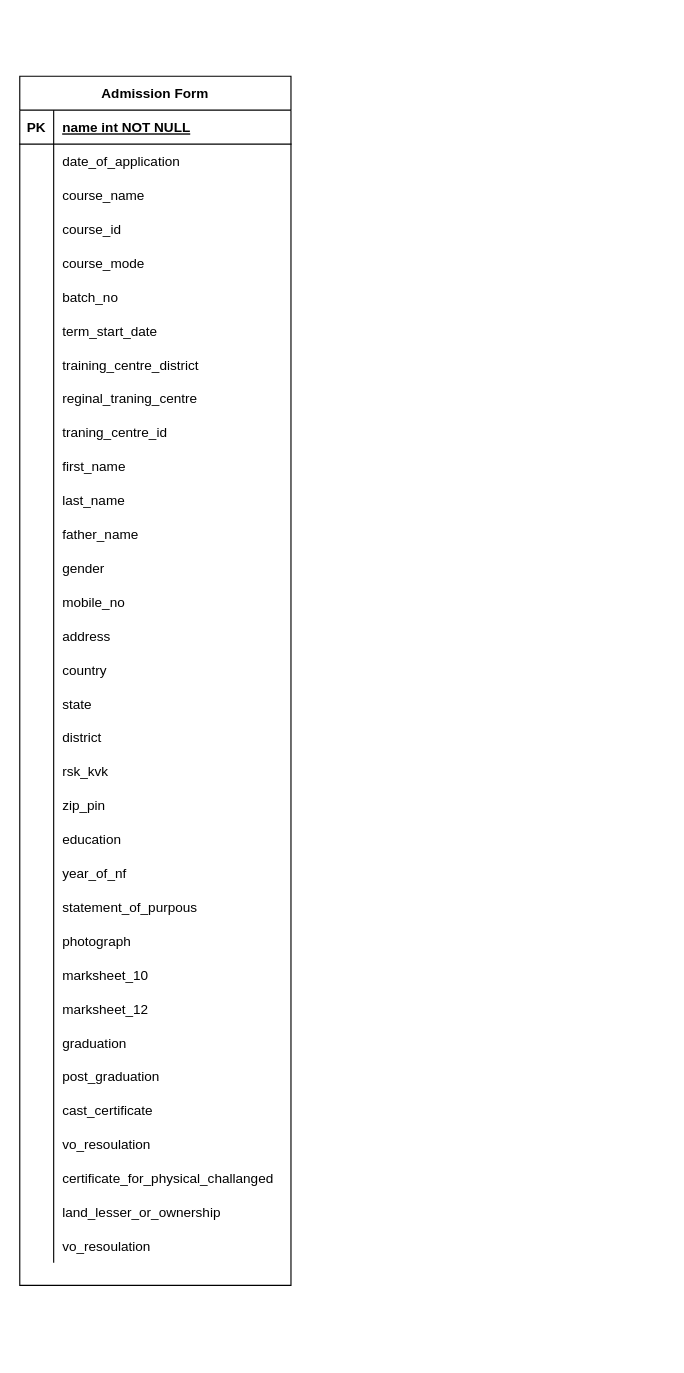
Earlier version of the draw.io diagram Ryss_lms_register.drawio (abhirock74/draw.io). Source tidied: cells renumbered, new cells numbered last; positions are measured from the earlier drawing's top-left corner, leaving out a move shared by most shapes. Both pictures are drawn from the tidied source at 113%, with x=0, y=0 at pixel (19, 76).
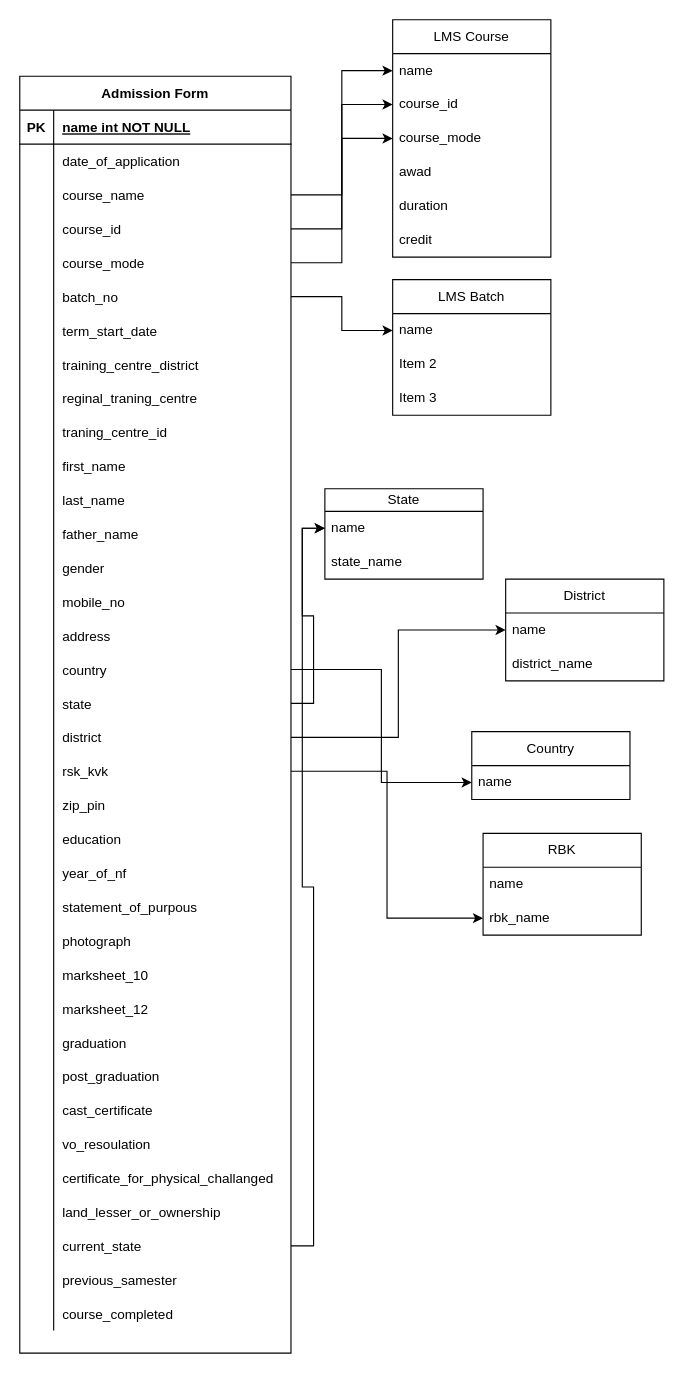
After the change.

Unchanged cells that the change refers to:
```xml
<mxCell id="9" style="shape=partialRectangle;fillColor=none;points=[[0,0.5],[1,0.5]];portConstraint=eastwest;top=0;left=0;right=0;bottom=0;" parent="2" vertex="1">
  <mxGeometry y="90" width="240" height="30" as="geometry" />
</mxCell>
<mxCell id="12" style="shape=partialRectangle;fillColor=none;points=[[0,0.5],[1,0.5]];portConstraint=eastwest;top=0;left=0;right=0;bottom=0;" parent="2" vertex="1">
  <mxGeometry y="120" width="240" height="30" as="geometry" />
</mxCell>
<mxCell id="15" style="shape=partialRectangle;fillColor=none;points=[[0,0.5],[1,0.5]];portConstraint=eastwest;top=0;left=0;right=0;bottom=0;" parent="2" vertex="1">
  <mxGeometry y="150" width="240" height="30" as="geometry" />
</mxCell>
<mxCell id="18" style="shape=partialRectangle;fillColor=none;points=[[0,0.5],[1,0.5]];portConstraint=eastwest;top=0;left=0;right=0;bottom=0;" parent="2" vertex="1">
  <mxGeometry y="180" width="240" height="30" as="geometry" />
</mxCell>
<mxCell id="51" style="shape=partialRectangle;fillColor=none;points=[[0,0.5],[1,0.5]];portConstraint=eastwest;top=0;left=0;right=0;bottom=0;" parent="2" vertex="1">
  <mxGeometry y="510" width="240" height="30" as="geometry" />
</mxCell>
<mxCell id="54" style="shape=partialRectangle;fillColor=none;points=[[0,0.5],[1,0.5]];portConstraint=eastwest;top=0;left=0;right=0;bottom=0;" parent="2" vertex="1">
  <mxGeometry y="540" width="240" height="30" as="geometry" />
</mxCell>
<mxCell id="57" style="shape=partialRectangle;fillColor=none;points=[[0,0.5],[1,0.5]];portConstraint=eastwest;top=0;left=0;right=0;bottom=0;" parent="2" vertex="1">
  <mxGeometry y="570" width="240" height="30" as="geometry" />
</mxCell>
<mxCell id="60" style="shape=partialRectangle;fillColor=none;points=[[0,0.5],[1,0.5]];portConstraint=eastwest;top=0;left=0;right=0;bottom=0;" parent="2" vertex="1">
  <mxGeometry y="600" width="240" height="30" as="geometry" />
</mxCell>
<mxCell id="102" style="shape=partialRectangle;fillColor=none;points=[[0,0.5],[1,0.5]];portConstraint=eastwest;top=0;left=0;right=0;bottom=0;" parent="2" vertex="1">
  <mxGeometry y="1020" width="240" height="30" as="geometry" />
</mxCell>
```

What changed in the source:
```diff
@@
     <mxCell id="2" value="Admission Form" style="shape=table;startSize=30;childLayout=tableLayout;rowLines=0;fontStyle=1;align=center;" parent="1" vertex="1">
-      <mxGeometry width="240" height="1070" as="geometry" />
+      <mxGeometry width="240" height="1130" as="geometry" />
     </mxCell>
@@
-    <mxCell id="104" value="vo_resoulation" style="shape=partialRectangle;overflow=hidden;fillColor=none;top=0;left=0;bottom=0;right=0;align=left;spacingLeft=6;" parent="102" vertex="1">
+    <mxCell id="104" value="current_state" style="shape=partialRectangle;overflow=hidden;fillColor=none;top=0;left=0;bottom=0;right=0;align=left;spacingLeft=6;" parent="102" vertex="1">
       <mxGeometry x="30" width="210" height="30" as="geometry" />
     </mxCell>
+    <mxCell id="105" style="shape=partialRectangle;fillColor=none;top=0;left=0;right=0;bottom=0;" parent="2" vertex="1">
+      <mxGeometry y="1050" width="240" height="30" as="geometry" />
+    </mxCell>
+    <mxCell id="106" style="shape=partialRectangle;overflow=hidden;fillColor=none;top=0;left=0;bottom=0;right=0;" parent="105" vertex="1">
+      <mxGeometry width="30" height="30" as="geometry" />
+    </mxCell>
+    <mxCell id="107" value="previous_samester" style="shape=partialRectangle;overflow=hidden;fillColor=none;top=0;left=0;bottom=0;right=0;align=left;spacingLeft=6;" parent="105" vertex="1">
+      <mxGeometry x="30" width="210" height="30" as="geometry" />
+    </mxCell>
+    <mxCell id="108" style="shape=partialRectangle;fillColor=none;top=0;left=0;right=0;bottom=0;" parent="2" vertex="1">
+      <mxGeometry y="1080" width="240" height="30" as="geometry" />
+    </mxCell>
+    <mxCell id="109" style="shape=partialRectangle;overflow=hidden;fillColor=none;top=0;left=0;bottom=0;right=0;" parent="108" vertex="1">
+      <mxGeometry width="30" height="30" as="geometry" />
+    </mxCell>
+    <mxCell id="110" value="course_completed" style="shape=partialRectangle;overflow=hidden;fillColor=none;top=0;left=0;bottom=0;right=0;align=left;spacingLeft=6;" parent="108" vertex="1">
+      <mxGeometry x="30" width="210" height="30" as="geometry" />
+    </mxCell>
+    <mxCell id="111" value="LMS Course" style="swimlane;fontStyle=0;horizontal=1;startSize=30;whiteSpace=wrap;html=1;" parent="1" vertex="1">
+      <mxGeometry x="330" y="-50" width="140" height="210" as="geometry" />
+    </mxCell>
+    <mxCell id="112" value="name" style="text;strokeColor=none;fillColor=none;align=left;verticalAlign=middle;spacingLeft=4;spacingRight=4;overflow=hidden;points=[[0,0.5],[1,0.5]];portConstraint=eastwest;whiteSpace=wrap;html=1;" parent="111" vertex="1">
+      <mxGeometry y="30" width="140" height="30" as="geometry" />
+    </mxCell>
+    <mxCell id="113" value="course_id" style="text;strokeColor=none;fillColor=none;align=left;verticalAlign=middle;spacingLeft=4;spacingRight=4;overflow=hidden;points=[[0,0.5],[1,0.5]];portConstraint=eastwest;whiteSpace=wrap;html=1;" parent="111" vertex="1">
+      <mxGeometry y="60" width="140" height="30" as="geometry" />
+    </mxCell>
+    <mxCell id="114" value="course_mode" style="text;strokeColor=none;fillColor=none;align=left;verticalAlign=middle;spacingLeft=4;spacingRight=4;overflow=hidden;points=[[0,0.5],[1,0.5]];portConstraint=eastwest;whiteSpace=wrap;html=1;" parent="111" vertex="1">
+      <mxGeometry y="90" width="140" height="30" as="geometry" />
+    </mxCell>
+    <mxCell id="115" value="awad" style="text;strokeColor=none;fillColor=none;align=left;verticalAlign=middle;spacingLeft=4;spacingRight=4;overflow=hidden;whiteSpace=wrap;html=1;" parent="111" vertex="1">
+      <mxGeometry y="120" width="140" height="30" as="geometry" />
+    </mxCell>
+    <mxCell id="116" value="duration" style="text;strokeColor=none;fillColor=none;align=left;verticalAlign=middle;spacingLeft=4;spacingRight=4;overflow=hidden;whiteSpace=wrap;html=1;" parent="111" vertex="1">
+      <mxGeometry y="150" width="140" height="30" as="geometry" />
+    </mxCell>
+    <mxCell id="117" value="credit" style="text;strokeColor=none;fillColor=none;align=left;verticalAlign=middle;spacingLeft=4;spacingRight=4;overflow=hidden;whiteSpace=wrap;html=1;" parent="111" vertex="1">
+      <mxGeometry y="180" width="140" height="30" as="geometry" />
+    </mxCell>
+    <mxCell id="118" style="edgeStyle=orthogonalEdgeStyle;rounded=0;jettySize=auto;html=1;entryX=0;entryY=0.5;entryDx=0;entryDy=0;" parent="1" edge="1" source="9" target="112">
+      <mxGeometry relative="1" as="geometry" />
+    </mxCell>
+    <mxCell id="119" value="State" style="swimlane;fontStyle=0;horizontal=1;startSize=20;whiteSpace=wrap;html=1;" parent="1" vertex="1">
+      <mxGeometry x="270" y="365" width="140" height="80" as="geometry" />
+    </mxCell>
+    <mxCell id="120" value="name" style="text;strokeColor=none;fillColor=none;align=left;verticalAlign=middle;spacingLeft=4;spacingRight=4;overflow=hidden;points=[[0,0.5],[1,0.5]];portConstraint=eastwest;whiteSpace=wrap;html=1;" parent="119" vertex="1">
+      <mxGeometry y="20" width="140" height="30" as="geometry" />
+    </mxCell>
+    <mxCell id="121" value="state_name" style="text;strokeColor=none;fillColor=none;align=left;verticalAlign=middle;spacingLeft=4;spacingRight=4;overflow=hidden;whiteSpace=wrap;html=1;" parent="119" vertex="1">
+      <mxGeometry y="50" width="140" height="30" as="geometry" />
+    </mxCell>
+    <mxCell id="122" style="edgeStyle=orthogonalEdgeStyle;rounded=0;jettySize=auto;html=1;exitX=1;exitY=0.5;exitDx=0;exitDy=0;entryX=0;entryY=0.5;entryDx=0;entryDy=0;" parent="1" edge="1" source="54" target="120">
+      <mxGeometry relative="1" as="geometry" />
+    </mxCell>
+    <mxCell id="123" value="District" style="swimlane;fontStyle=0;horizontal=1;startSize=30;whiteSpace=wrap;html=1;" parent="1" vertex="1">
+      <mxGeometry x="430" y="445" width="140" height="90" as="geometry" />
+    </mxCell>
+    <mxCell id="124" value="name" style="text;strokeColor=none;fillColor=none;align=left;verticalAlign=middle;spacingLeft=4;spacingRight=4;overflow=hidden;points=[[0,0.5],[1,0.5]];portConstraint=eastwest;whiteSpace=wrap;html=1;" parent="123" vertex="1">
+      <mxGeometry y="30" width="140" height="30" as="geometry" />
+    </mxCell>
+    <mxCell id="125" value="district_name" style="text;strokeColor=none;fillColor=none;align=left;verticalAlign=middle;spacingLeft=4;spacingRight=4;overflow=hidden;whiteSpace=wrap;html=1;" parent="123" vertex="1">
+      <mxGeometry y="60" width="140" height="30" as="geometry" />
+    </mxCell>
+    <mxCell id="126" style="edgeStyle=orthogonalEdgeStyle;rounded=0;jettySize=auto;html=1;exitX=1;exitY=0.5;exitDx=0;exitDy=0;entryX=0;entryY=0.5;entryDx=0;entryDy=0;" parent="1" edge="1" source="57" target="124">
+      <mxGeometry relative="1" as="geometry" />
+    </mxCell>
+    <mxCell id="127" style="edgeStyle=orthogonalEdgeStyle;rounded=0;jettySize=auto;html=1;entryX=0;entryY=0.5;entryDx=0;entryDy=0;" parent="1" edge="1" source="102" target="120">
+      <mxGeometry relative="1" as="geometry" />
+    </mxCell>
+    <mxCell id="128" value="Country" style="swimlane;fontStyle=0;horizontal=1;startSize=30;whiteSpace=wrap;html=1;" parent="1" vertex="1">
+      <mxGeometry x="400" y="580" width="140" height="60" as="geometry" />
+    </mxCell>
+    <mxCell id="129" value="name" style="text;strokeColor=none;fillColor=none;align=left;verticalAlign=middle;spacingLeft=4;spacingRight=4;overflow=hidden;points=[[0,0.5],[1,0.5]];portConstraint=eastwest;whiteSpace=wrap;html=1;" parent="128" vertex="1">
+      <mxGeometry y="30" width="140" height="30" as="geometry" />
+    </mxCell>
+    <mxCell id="130" style="edgeStyle=orthogonalEdgeStyle;rounded=0;jettySize=auto;html=1;exitX=1;exitY=0.5;exitDx=0;exitDy=0;entryX=0;entryY=0.5;entryDx=0;entryDy=0;" parent="1" edge="1" source="51" target="129">
+      <mxGeometry relative="1" as="geometry" />
+    </mxCell>
+    <mxCell id="131" style="edgeStyle=orthogonalEdgeStyle;rounded=0;jettySize=auto;html=1;" parent="1" edge="1" source="60" target="134">
+      <mxGeometry relative="1" as="geometry" />
+    </mxCell>
+    <mxCell id="132" value="RBK" style="swimlane;fontStyle=0;horizontal=1;startSize=30;whiteSpace=wrap;html=1;" parent="1" vertex="1">
+      <mxGeometry x="410" y="670" width="140" height="90" as="geometry" />
+    </mxCell>
+    <mxCell id="133" value="name" style="text;strokeColor=none;fillColor=none;align=left;verticalAlign=middle;spacingLeft=4;spacingRight=4;overflow=hidden;whiteSpace=wrap;html=1;" parent="132" vertex="1">
+      <mxGeometry y="30" width="140" height="30" as="geometry" />
+    </mxCell>
+    <mxCell id="134" value="rbk_name" style="text;strokeColor=none;fillColor=none;align=left;verticalAlign=middle;spacingLeft=4;spacingRight=4;overflow=hidden;points=[[0,0.5],[1,0.5]];portConstraint=eastwest;whiteSpace=wrap;html=1;" parent="132" vertex="1">
+      <mxGeometry y="60" width="140" height="30" as="geometry" />
+    </mxCell>
+    <mxCell id="135" style="edgeStyle=orthogonalEdgeStyle;rounded=0;jettySize=auto;html=1;entryX=0;entryY=0.5;entryDx=0;entryDy=0;" parent="1" edge="1" source="12" target="113">
+      <mxGeometry relative="1" as="geometry" />
+    </mxCell>
+    <mxCell id="136" style="edgeStyle=orthogonalEdgeStyle;rounded=0;jettySize=auto;html=1;entryX=0;entryY=0.5;entryDx=0;entryDy=0;" parent="1" edge="1" source="15" target="114">
+      <mxGeometry relative="1" as="geometry" />
+    </mxCell>
+    <mxCell id="137" value="LMS&amp;nbsp;&lt;span style=&quot;background-color: initial;&quot;&gt;Batch&lt;/span&gt;" style="swimlane;fontStyle=0;horizontal=1;startSize=30;whiteSpace=wrap;html=1;" parent="1" vertex="1">
+      <mxGeometry x="330" y="180" width="140" height="120" as="geometry" />
+    </mxCell>
+    <mxCell id="138" value="name" style="text;strokeColor=none;fillColor=none;align=left;verticalAlign=middle;spacingLeft=4;spacingRight=4;overflow=hidden;points=[[0,0.5],[1,0.5]];portConstraint=eastwest;whiteSpace=wrap;html=1;" parent="137" vertex="1">
+      <mxGeometry y="30" width="140" height="30" as="geometry" />
+    </mxCell>
+    <mxCell id="139" value="Item 2" style="text;strokeColor=none;fillColor=none;align=left;verticalAlign=middle;spacingLeft=4;spacingRight=4;overflow=hidden;whiteSpace=wrap;html=1;" parent="137" vertex="1">
+      <mxGeometry y="60" width="140" height="30" as="geometry" />
+    </mxCell>
+    <mxCell id="140" value="Item 3" style="text;strokeColor=none;fillColor=none;align=left;verticalAlign=middle;spacingLeft=4;spacingRight=4;overflow=hidden;whiteSpace=wrap;html=1;" parent="137" vertex="1">
+      <mxGeometry y="90" width="140" height="30" as="geometry" />
+    </mxCell>
+    <mxCell id="141" style="edgeStyle=orthogonalEdgeStyle;rounded=0;jettySize=auto;html=1;entryX=0;entryY=0.5;entryDx=0;entryDy=0;" parent="1" edge="1" source="18" target="138">
+      <mxGeometry relative="1" as="geometry" />
+    </mxCell>
```
